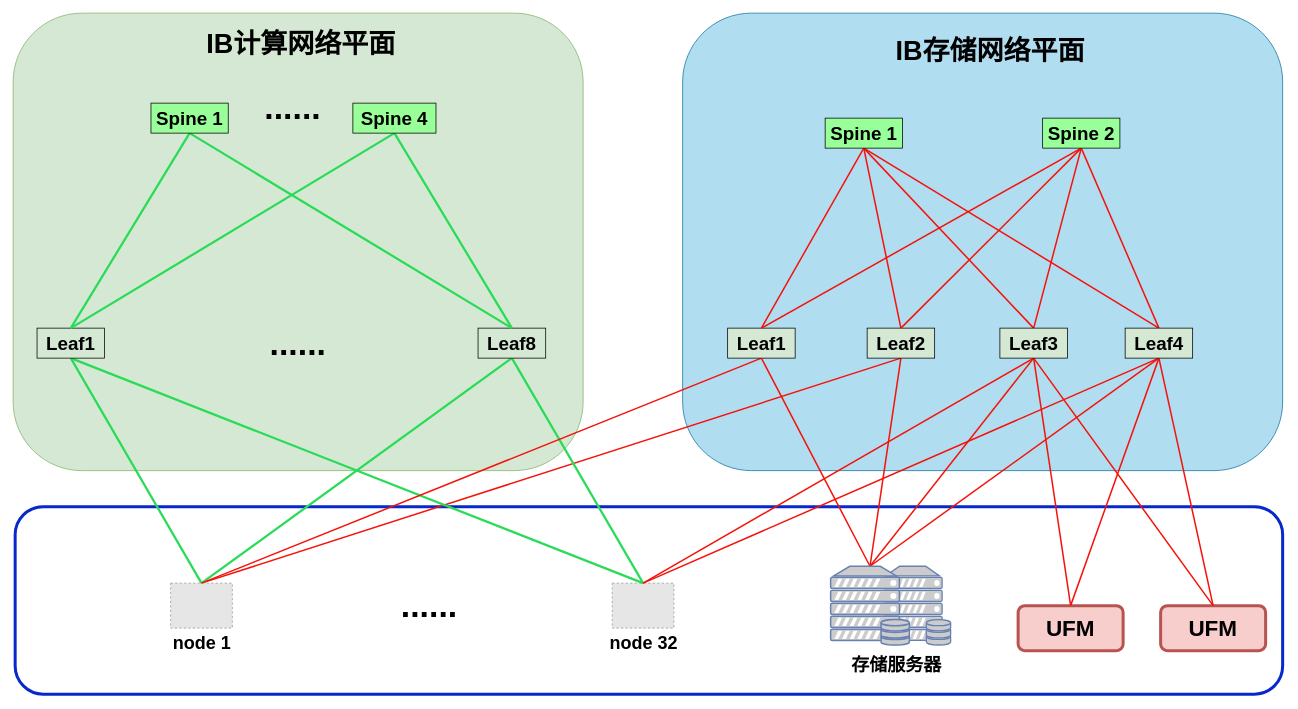
This is 32-node-IB.drawio from hel-2000/network-draw, a draw.io file, before an edit. Source tidied: cells renumbered, new cells numbered last; positions are measured from the earlier drawing's top-left corner, leaving out a move shared by most shapes. Both pictures are drawn from the tidied source at 75%, with x=0, y=0 at pixel (13, 13). Pictures stored in the file or linked from it are replaced by grey dashed boxes.
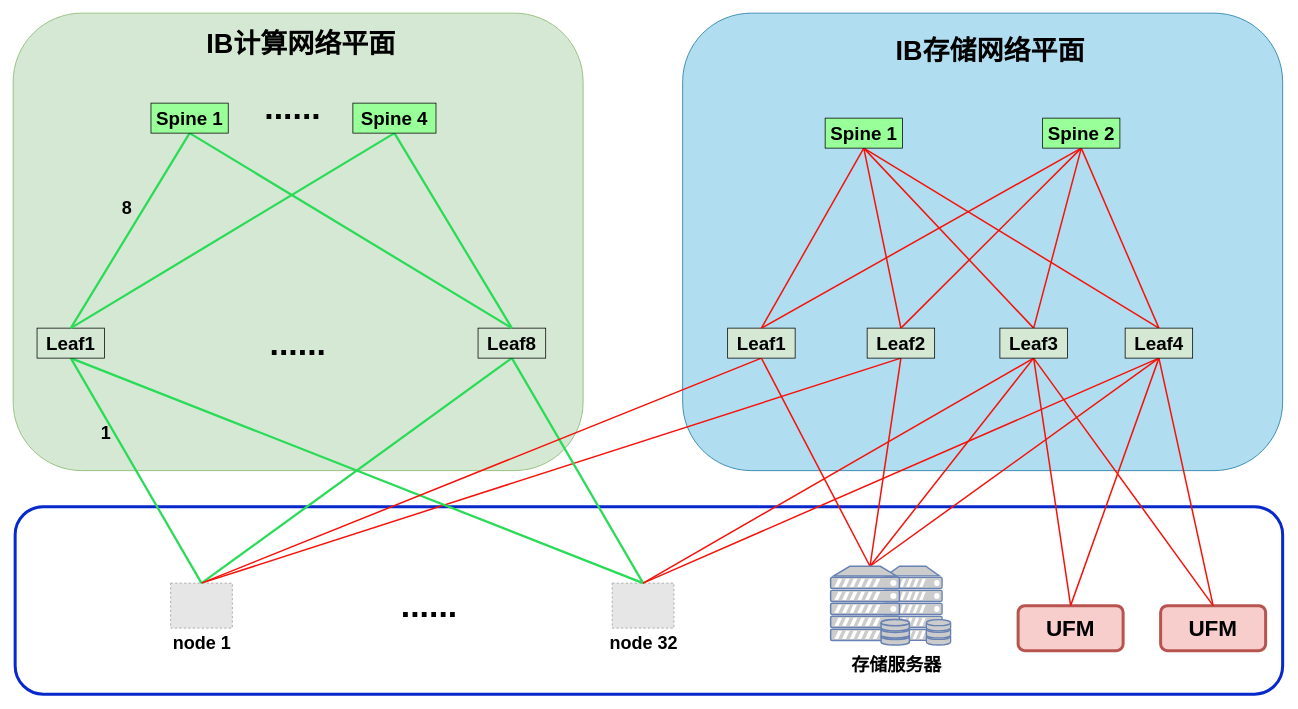
After the change.

What changed in the source:
```diff
@@
+    <mxCell id="58" value="&lt;font style=&quot;font-size: 24px;&quot;&gt;&lt;b&gt;1&lt;/b&gt;&lt;/font&gt;" style="text;strokeColor=none;align=center;fillColor=none;html=1;verticalAlign=middle;whiteSpace=wrap;rounded=0;" parent="1" vertex="1">
+      <mxGeometry x="110" y="540" width="28.1" height="40" as="geometry" />
+    </mxCell>
+    <mxCell id="59" value="&lt;font style=&quot;font-size: 24px;&quot;&gt;&lt;b&gt;8&lt;/b&gt;&lt;/font&gt;" style="text;strokeColor=none;align=center;fillColor=none;html=1;verticalAlign=middle;whiteSpace=wrap;rounded=0;" parent="1" vertex="1">
+      <mxGeometry x="138.1" y="240" width="28.1" height="40" as="geometry" />
+    </mxCell>
```
